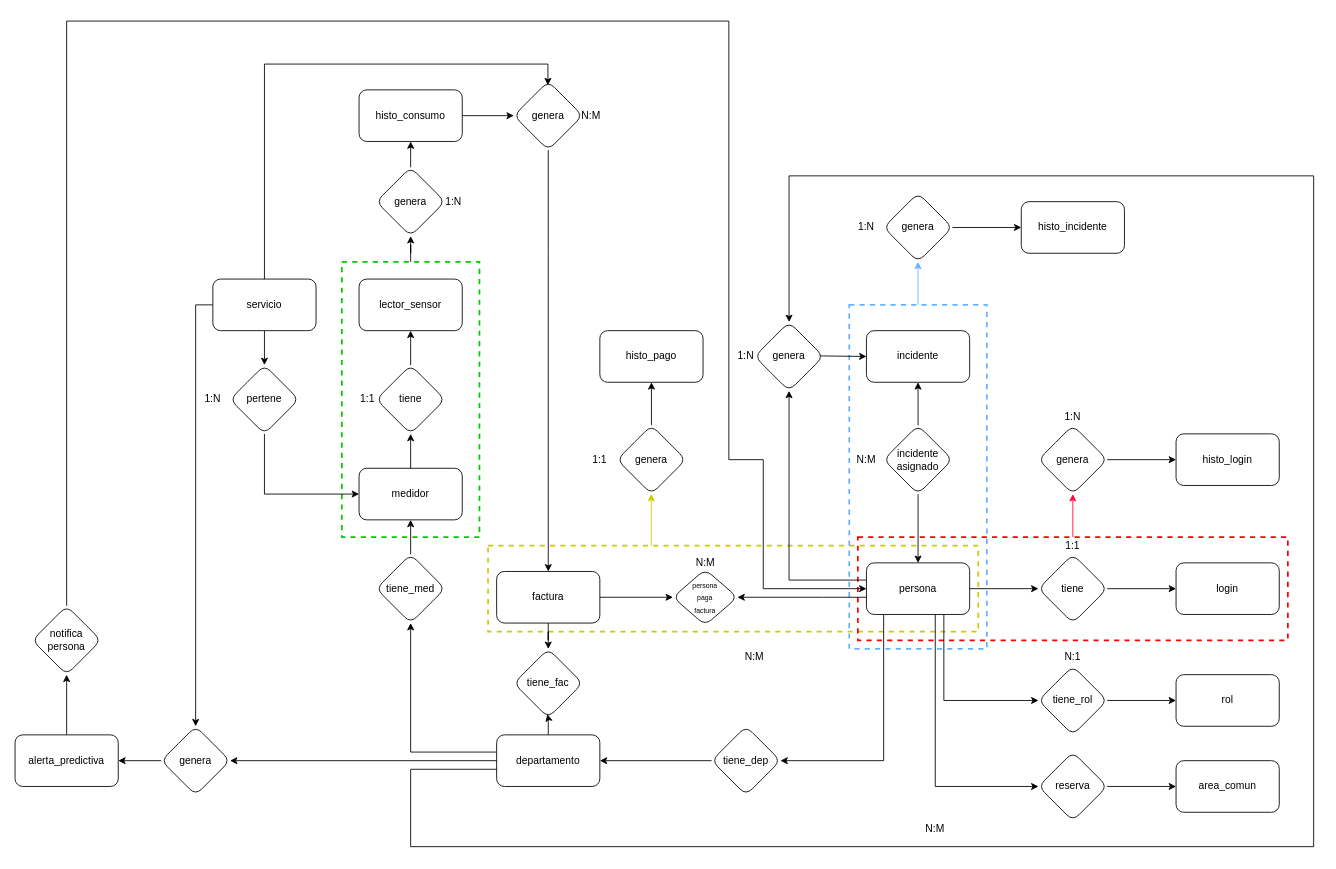
Before: datos/db_final.drawio in velasquez05-eng/edificio, a draw.io diagram. Source tidied: cells renumbered, new cells numbered last; positions are measured from the earlier drawing's top-left corner, leaving out a move shared by most shapes. Both pictures are drawn from the tidied source at 86%, with x=0, y=0 at pixel (15, 21).
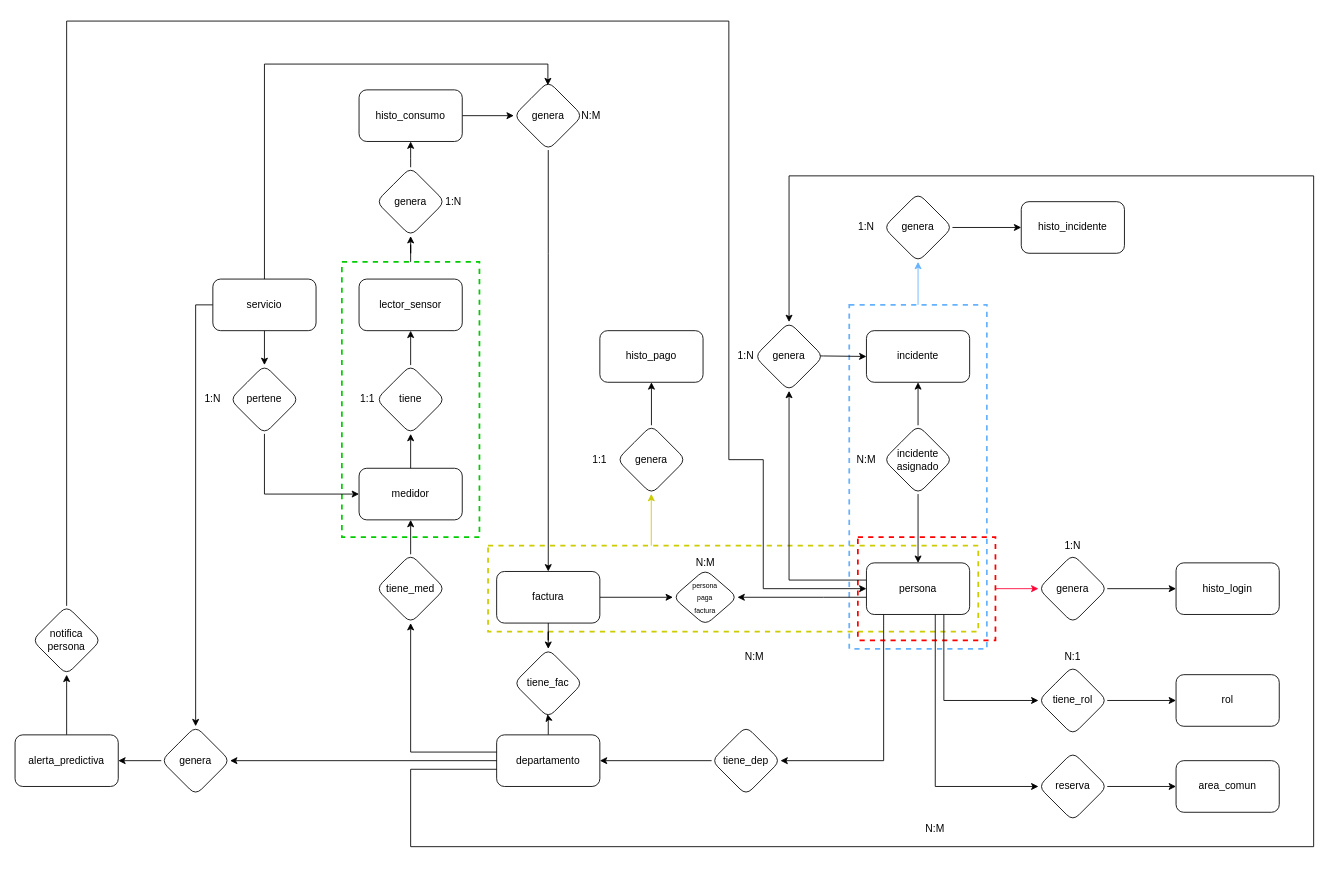
After the change.

The change refers to these unchanged cells:
```xml
<mxCell id="12" value="persona" style="rounded=1;whiteSpace=wrap;html=1;" parent="1" vertex="1">
  <mxGeometry x="990" y="630" width="120" height="60" as="geometry" />
</mxCell>
```

The edit, as a diff of the source:
```diff
@@
     <mxCell id="6" style="rounded=0;whiteSpace=wrap;html=1;fillColor=none;strokeColor=light-dark(#ff0000, #ededed);strokeWidth=2;dashed=1;" parent="1" vertex="1">
-      <mxGeometry x="980" y="600" width="500" height="120" as="geometry" />
+      <mxGeometry x="980" y="600" width="160" height="120" as="geometry" />
     </mxCell>
-    <mxCell id="7" style="edgeStyle=orthogonalEdgeStyle;rounded=0;jettySize=auto;html=1;" parent="1" edge="1" source="12" target="14">
-      <mxGeometry relative="1" as="geometry" />
-    </mxCell>
@@
-    <mxCell id="13" style="edgeStyle=orthogonalEdgeStyle;rounded=0;jettySize=auto;html=1;" parent="1" edge="1" source="14" target="15">
-      <mxGeometry relative="1" as="geometry" />
-    </mxCell>
-    <mxCell id="14" value="tiene" style="rhombus;whiteSpace=wrap;html=1;rounded=1;" parent="1" vertex="1">
-      <mxGeometry x="1190" y="620" width="80" height="80" as="geometry" />
-    </mxCell>
-    <mxCell id="15" value="login" style="whiteSpace=wrap;html=1;rounded=1;" parent="1" vertex="1">
-      <mxGeometry x="1350" y="630" width="120" height="60" as="geometry" />
-    </mxCell>
@@
-    <mxCell id="21" value="1:1" style="text;html=1;align=center;verticalAlign=middle;whiteSpace=wrap;rounded=0;" parent="1" vertex="1">
-      <mxGeometry x="1210" y="600" width="40" height="20" as="geometry" />
-    </mxCell>
@@
     <mxCell id="24" value="genera" style="rhombus;whiteSpace=wrap;html=1;rounded=1;" parent="1" vertex="1">
-      <mxGeometry x="1190" y="470" width="80" height="80" as="geometry" />
+      <mxGeometry x="1190" y="620" width="80" height="80" as="geometry" />
     </mxCell>
     <mxCell id="25" value="histo_login" style="whiteSpace=wrap;html=1;rounded=1;" parent="1" vertex="1">
-      <mxGeometry x="1350" y="480" width="120" height="60" as="geometry" />
+      <mxGeometry x="1350" y="630" width="120" height="60" as="geometry" />
     </mxCell>
@@
     <mxCell id="72" value="1:N" style="text;html=1;align=center;verticalAlign=middle;whiteSpace=wrap;rounded=0;" parent="1" vertex="1">
-      <mxGeometry x="1210" y="450" width="40" height="20" as="geometry" />
+      <mxGeometry x="1210" y="600" width="40" height="20" as="geometry" />
     </mxCell>
```
